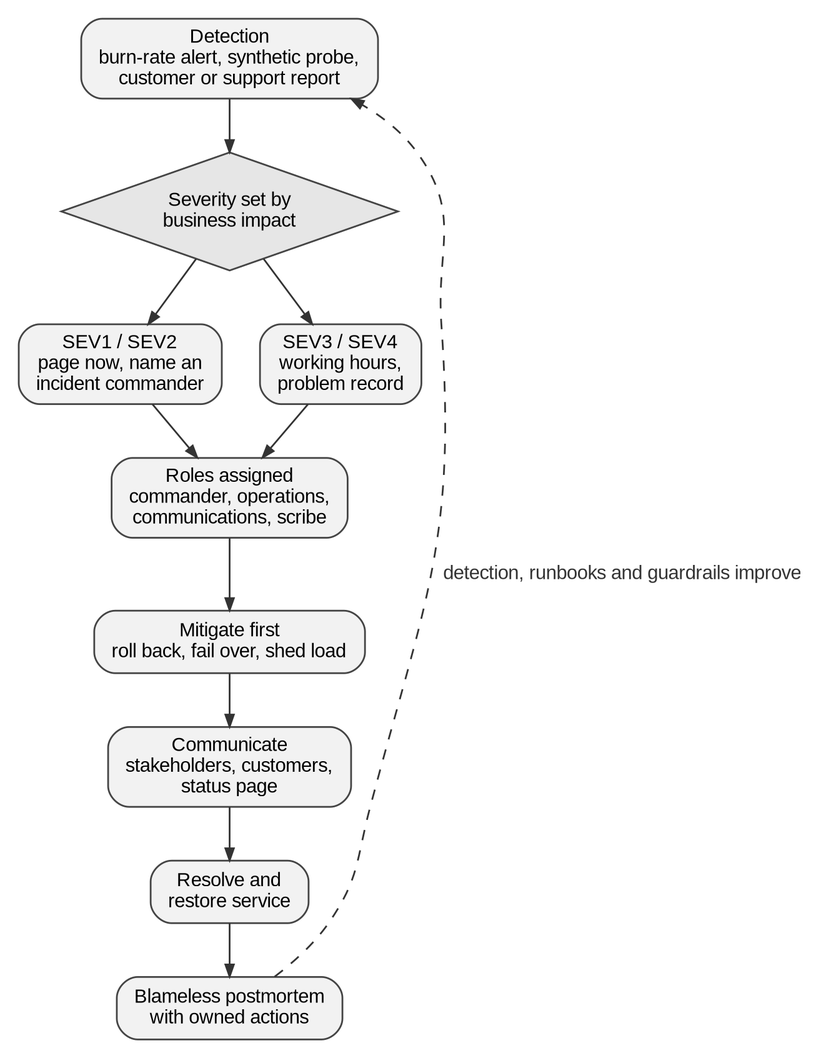
cesarcastrocuba/handbook-solutions-architecture keeps this Graphviz diagram as assets/diagrams/rendered/ch10-incident-escalation.png. Above is the earlier version. Its source is kept beside it as assets/diagrams/src/ch10-incident-escalation.dot.
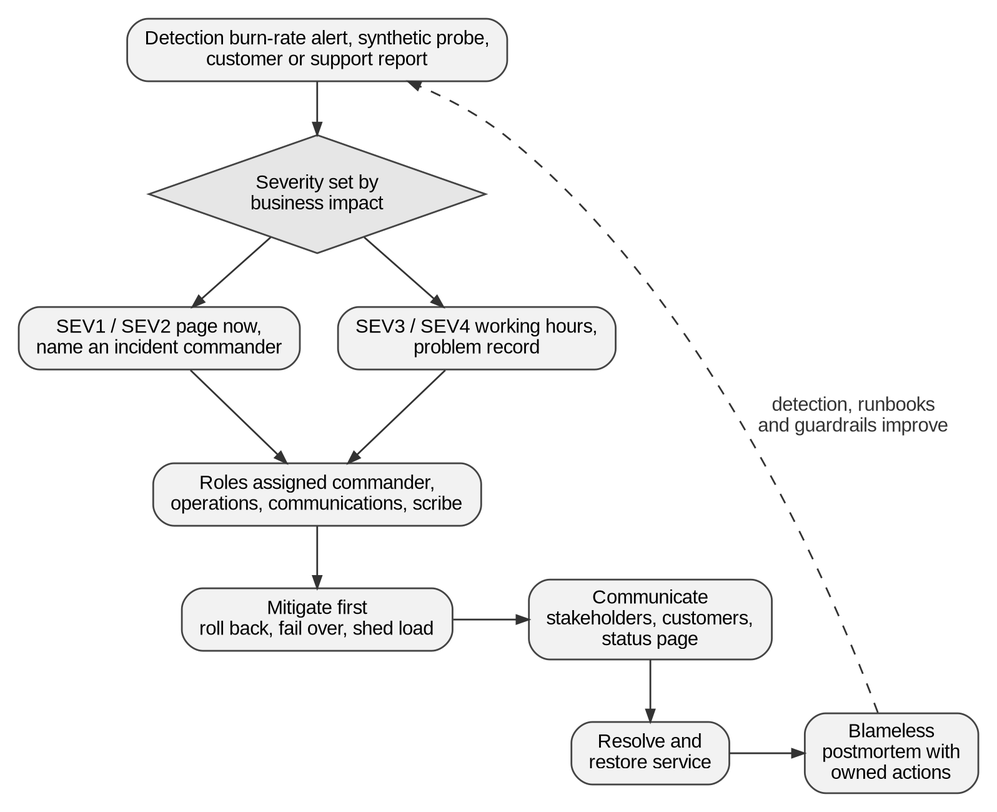
After the change.

Change to the diagram source:
```diff
@@ -1,16 +1,18 @@
 digraph G {
 
  rankdir=TB;
- det [label="Detection\nburn-rate alert, synthetic probe,\ncustomer or support report"];
+ det [label="Detection burn-rate alert, synthetic probe,\ncustomer or support report"];
  sev [label="Severity set by\nbusiness impact", shape=diamond, style="filled"];
- s1 [label="SEV1 / SEV2\npage now, name an\nincident commander"];
- s2 [label="SEV3 / SEV4\nworking hours,\nproblem record"];
- roles [label="Roles assigned\ncommander, operations,\ncommunications, scribe"];
+ s1 [label="SEV1 / SEV2 page now,\nname an incident commander"];
+ s2 [label="SEV3 / SEV4 working hours,\nproblem record"];
+ roles [label="Roles assigned commander,\noperations, communications, scribe"];
  mit [label="Mitigate first\nroll back, fail over, shed load"];
  com [label="Communicate\nstakeholders, customers,\nstatus page"];
  res [label="Resolve and\nrestore service"];
- pm [label="Blameless postmortem\nwith owned actions"];
+ pm [label="Blameless\npostmortem with\nowned actions"];
  det -> sev; sev -> s1; sev -> s2; s1 -> roles; s2 -> roles; roles -> mit; mit -> com; com -> res; res -> pm;
  {rank=same; s1; s2}
- pm -> det [label="  detection, runbooks and guardrails improve", style=dashed, constraint=false];
+ {rank=same; mit; com}
+ {rank=same; res; pm}
+ pm -> det [label="  detection, runbooks\n  and guardrails improve", style=dashed, constraint=false];
 }
```
